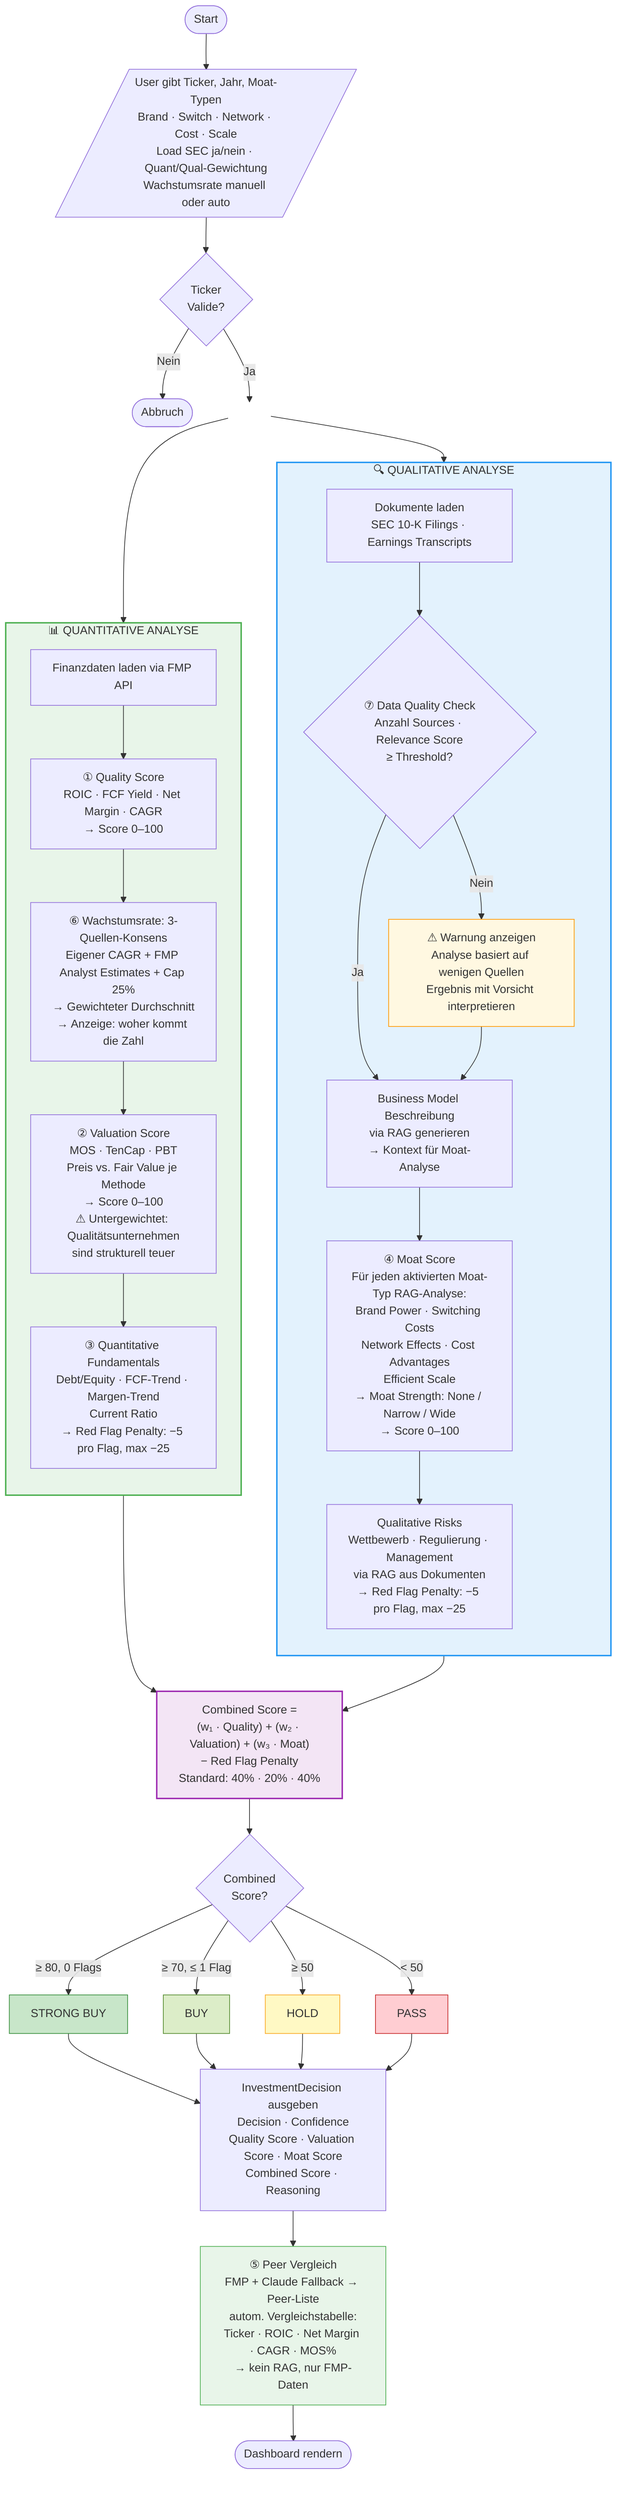
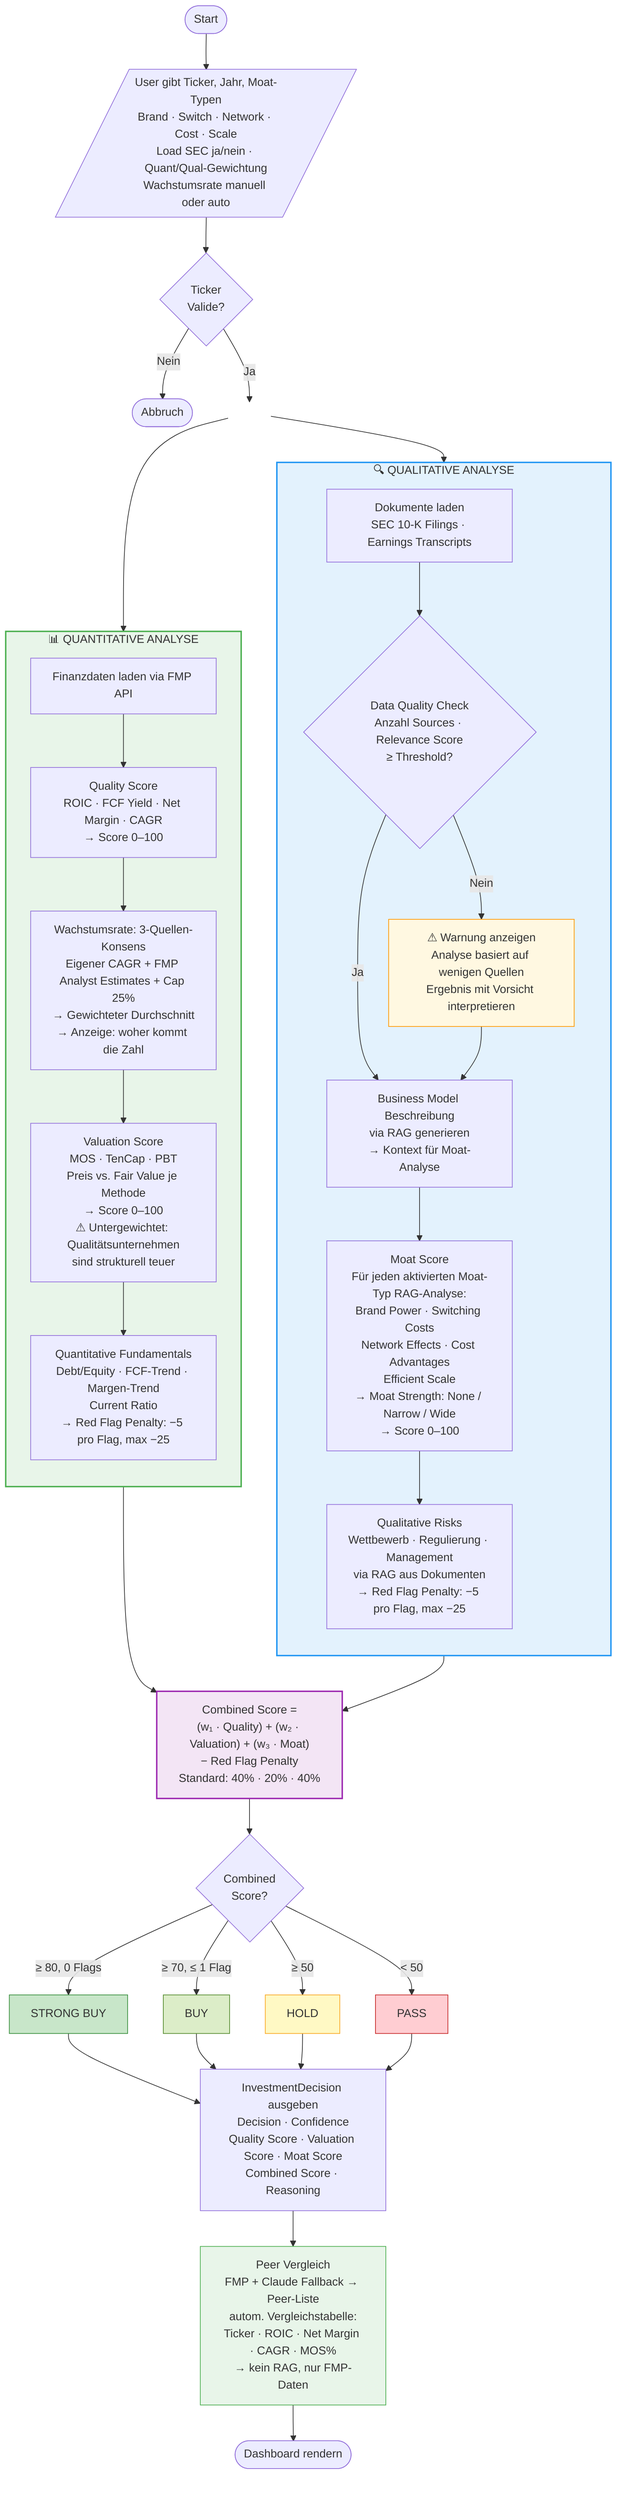
flowchart TD
    A([Start]) --> B
    B[/User gibt Ticker, Jahr, Moat-Typen\nBrand · Switch · Network · Cost · Scale\nLoad SEC ja/nein · Quant/Qual-Gewichtung\nWachstumsrate manuell oder auto/]
    B --> C{Ticker\nValide?}
    C -- Nein --> D([Abbruch])
    C -- Ja --> SPLIT

    SPLIT[ ]
    style SPLIT fill:none,stroke:none

    SPLIT --> QUANT
    SPLIT --> QUAL

    subgraph QUANT ["📊 QUANTITATIVE ANALYSE"]
        direction TB
        Q1[Finanzdaten laden via FMP API]
-         Q1 --> Q2["① Quality Score\nROIC · FCF Yield · Net Margin · CAGR\n→ Score 0–100"]
-         Q2 --> Q3["⑥ Wachstumsrate: 3-Quellen-Konsens\nEigener CAGR + FMP Analyst Estimates + Cap 25%\n→ Gewichteter Durchschnitt\n→ Anzeige: woher kommt die Zahl"]
-         Q3 --> Q4["② Valuation Score\nMOS · TenCap · PBT\nPreis vs. Fair Value je Methode\n→ Score 0–100\n⚠ Untergewichtet: Qualitätsunternehmen\nsind strukturell teuer"]
-         Q4 --> Q5["③ Quantitative Fundamentals\nDebt/Equity · FCF-Trend · Margen-Trend\nCurrent Ratio\n→ Red Flag Penalty: −5 pro Flag, max −25"]
+         Q1 --> Q2["Quality Score\nROIC · FCF Yield · Net Margin · CAGR\n→ Score 0–100"]
+         Q2 --> Q3["Wachstumsrate: 3-Quellen-Konsens\nEigener CAGR + FMP Analyst Estimates + Cap 25%\n→ Gewichteter Durchschnitt\n→ Anzeige: woher kommt die Zahl"]
+         Q3 --> Q4["Valuation Score\nMOS · TenCap · PBT\nPreis vs. Fair Value je Methode\n→ Score 0–100\n⚠ Untergewichtet: Qualitätsunternehmen\nsind strukturell teuer"]
+         Q4 --> Q5["Quantitative Fundamentals\nDebt/Equity · FCF-Trend · Margen-Trend\nCurrent Ratio\n→ Red Flag Penalty: −5 pro Flag, max −25"]
    end

    subgraph QUAL ["🔍 QUALITATIVE ANALYSE"]
        direction TB
        L1[Dokumente laden\nSEC 10-K Filings · Earnings Transcripts]
-         L1 --> L7{"⑦ Data Quality Check\nAnzahl Sources · Relevance Score\n≥ Threshold?"}
+         L1 --> L7{"Data Quality Check\nAnzahl Sources · Relevance Score\n≥ Threshold?"}
        L7 -- "Nein" --> L7W["⚠ Warnung anzeigen\nAnalyse basiert auf wenigen Quellen\nErgebnis mit Vorsicht interpretieren"]
        L7 -- "Ja" --> L2
        L7W --> L2
        L2["Business Model Beschreibung\nvia RAG generieren\n→ Kontext für Moat-Analyse"]
-         L2 --> L3["④ Moat Score\nFür jeden aktivierten Moat-Typ RAG-Analyse:\nBrand Power · Switching Costs\nNetwork Effects · Cost Advantages\nEfficient Scale\n→ Moat Strength: None / Narrow / Wide\n→ Score 0–100"]
+         L2 --> L3["Moat Score\nFür jeden aktivierten Moat-Typ RAG-Analyse:\nBrand Power · Switching Costs\nNetwork Effects · Cost Advantages\nEfficient Scale\n→ Moat Strength: None / Narrow / Wide\n→ Score 0–100"]
        L3 --> L4["Qualitative Risks\nWettbewerb · Regulierung · Management\nvia RAG aus Dokumenten\n→ Red Flag Penalty: −5 pro Flag, max −25"]
    end

    QUANT --> COMBINE
    QUAL --> COMBINE

    COMBINE["Combined Score =\n(w₁ · Quality) + (w₂ · Valuation) + (w₃ · Moat)\n− Red Flag Penalty\nStandard: 40% · 20% · 40%"]

    COMBINE --> K{Combined\nScore?}

    K -- "≥ 80, 0 Flags" --> SB[STRONG BUY]
    K -- "≥ 70, ≤ 1 Flag" --> BU[BUY]
    K -- "≥ 50"           --> HO[HOLD]
    K -- "< 50"           --> PA[PASS]

    SB & BU & HO & PA --> P

    P["InvestmentDecision ausgeben\nDecision · Confidence\nQuality Score · Valuation Score · Moat Score\nCombined Score · Reasoning"]

-     P --> PEERS["⑤ Peer Vergleich\nFMP + Claude Fallback → Peer-Liste\nautom. Vergleichstabelle:\nTicker · ROIC · Net Margin · CAGR · MOS%\n→ kein RAG, nur FMP-Daten"]
+     P --> PEERS["Peer Vergleich\nFMP + Claude Fallback → Peer-Liste\nautom. Vergleichstabelle:\nTicker · ROIC · Net Margin · CAGR · MOS%\n→ kein RAG, nur FMP-Daten"]

    PEERS --> R([Dashboard rendern])

    style QUANT   fill:#e8f5e9,stroke:#4caf50,stroke-width:2px
    style QUAL    fill:#e3f2fd,stroke:#2196f3,stroke-width:2px
    style COMBINE fill:#f3e5f5,stroke:#9c27b0,stroke-width:2px
    style L7W     fill:#fff8e1,stroke:#ff9800
    style SB      fill:#c8e6c9,stroke:#388e3c
    style BU      fill:#dcedc8,stroke:#558b2f
    style HO      fill:#fff9c4,stroke:#f9a825
    style PA      fill:#ffcdd2,stroke:#c62828
    style PEERS   fill:#e8f5e9,stroke:#4caf50